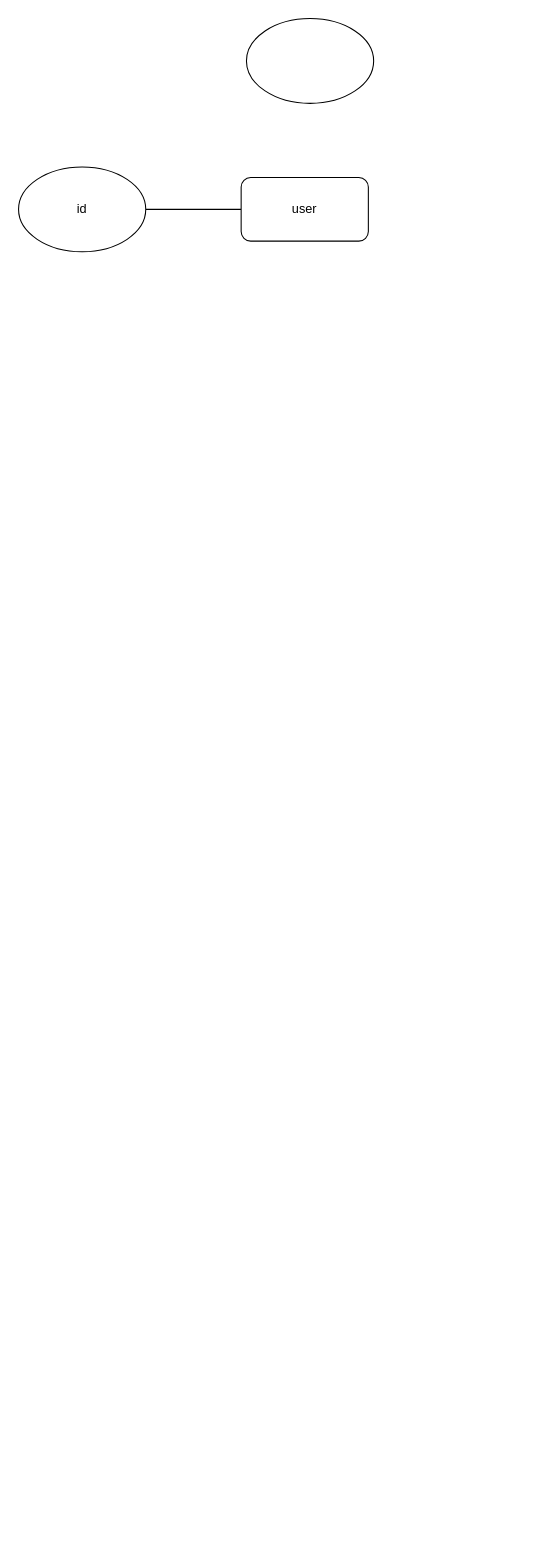
ganeshgfx/project_management_app keeps this draw.io diagram as .idea/Untitled Diagram.drawio. Above is the earlier version. Source tidied: cells renumbered, new cells numbered last; positions are measured from the earlier drawing's top-left corner, leaving out a move shared by most shapes. Both pictures are drawn from the tidied source at 106%, with x=0, y=0 at pixel (18, 18).
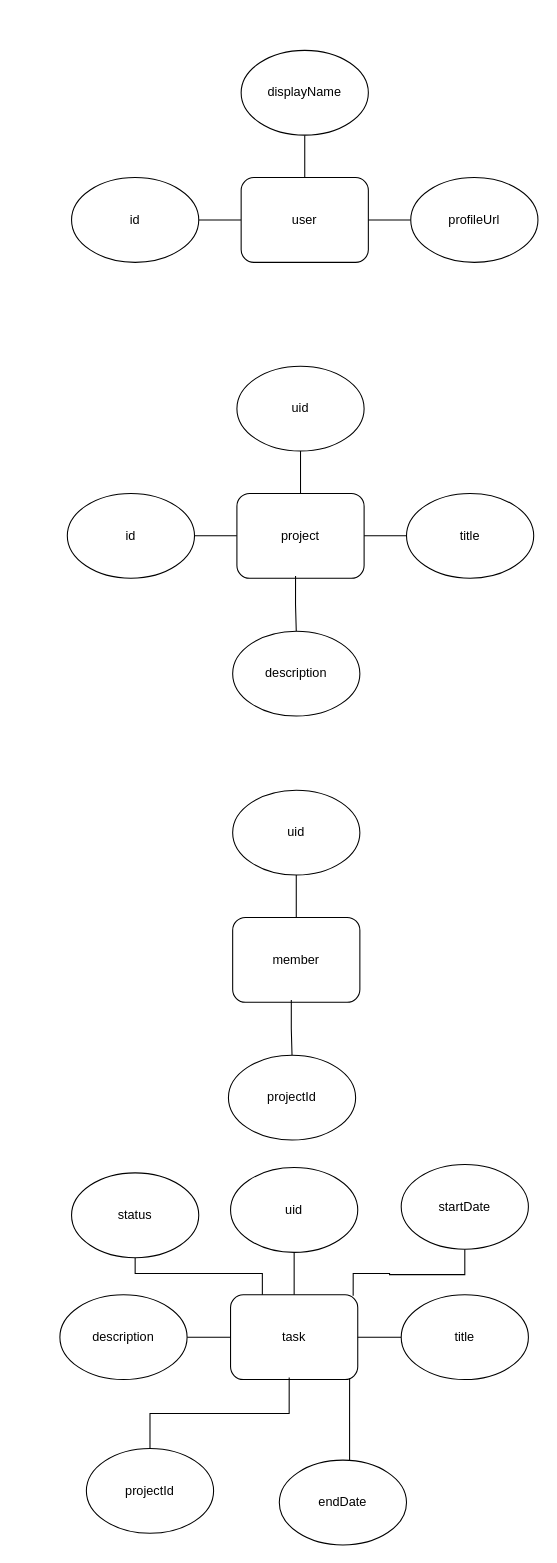
The same diagram, later.

Change to the diagram source:
```diff
@@
     <mxCell id="3" value="user" style="rounded=1;whiteSpace=wrap;html=1;" parent="1" vertex="1">
-      <mxGeometry x="210" y="150" width="120" height="60" as="geometry" />
+      <mxGeometry x="210" y="150" width="120" height="80" as="geometry" />
     </mxCell>
     <mxCell id="4" value="id" style="ellipse;whiteSpace=wrap;html=1;" parent="1" vertex="1">
-      <mxGeometry y="140" width="120" height="80" as="geometry" />
+      <mxGeometry x="50" y="150" width="120" height="80" as="geometry" />
     </mxCell>
-    <mxCell id="5" style="ellipse;whiteSpace=wrap;html=1;" parent="1" vertex="1">
-      <mxGeometry x="215" width="120" height="80" as="geometry" />
-    </mxCell>
+    <mxCell id="6" style="edgeStyle=orthogonalEdgeStyle;rounded=0;jettySize=auto;html=1;exitX=0.5;exitY=0;exitDx=0;exitDy=0;strokeColor=default;endArrow=none;endFill=0;" parent="1" edge="1" source="3" target="7">
+      <mxGeometry relative="1" as="geometry" />
+    </mxCell>
+    <mxCell id="7" value="displayName" style="ellipse;whiteSpace=wrap;html=1;" parent="1" vertex="1">
+      <mxGeometry x="210" y="30" width="120" height="80" as="geometry" />
+    </mxCell>
+    <mxCell id="8" style="edgeStyle=orthogonalEdgeStyle;rounded=0;jettySize=auto;html=1;exitX=1;exitY=0.5;exitDx=0;exitDy=0;strokeColor=default;endArrow=none;endFill=0;" parent="1" edge="1" source="3" target="9">
+      <mxGeometry relative="1" as="geometry" />
+    </mxCell>
+    <mxCell id="9" value="profileUrl" style="ellipse;whiteSpace=wrap;html=1;" parent="1" vertex="1">
+      <mxGeometry x="370" y="150" width="120" height="80" as="geometry" />
+    </mxCell>
+    <mxCell id="10" style="edgeStyle=orthogonalEdgeStyle;rounded=0;jettySize=auto;html=1;exitX=0;exitY=0.5;exitDx=0;exitDy=0;strokeColor=default;endArrow=none;endFill=0;" parent="1" edge="1" source="11" target="12">
+      <mxGeometry relative="1" as="geometry" />
+    </mxCell>
+    <mxCell id="11" value="project" style="rounded=1;whiteSpace=wrap;html=1;" parent="1" vertex="1">
+      <mxGeometry x="206" y="448" width="120" height="80" as="geometry" />
+    </mxCell>
+    <mxCell id="12" value="id" style="ellipse;whiteSpace=wrap;html=1;" parent="1" vertex="1">
+      <mxGeometry x="46" y="448" width="120" height="80" as="geometry" />
+    </mxCell>
+    <mxCell id="13" style="edgeStyle=orthogonalEdgeStyle;rounded=0;jettySize=auto;html=1;exitX=0.5;exitY=0;exitDx=0;exitDy=0;strokeColor=default;endArrow=none;endFill=0;" parent="1" edge="1" source="11" target="14">
+      <mxGeometry relative="1" as="geometry" />
+    </mxCell>
+    <mxCell id="14" value="uid" style="ellipse;whiteSpace=wrap;html=1;" parent="1" vertex="1">
+      <mxGeometry x="206" y="328" width="120" height="80" as="geometry" />
+    </mxCell>
+    <mxCell id="15" style="edgeStyle=orthogonalEdgeStyle;rounded=0;jettySize=auto;html=1;exitX=1;exitY=0.5;exitDx=0;exitDy=0;strokeColor=default;endArrow=none;endFill=0;" parent="1" edge="1" source="11" target="16">
+      <mxGeometry relative="1" as="geometry" />
+    </mxCell>
+    <mxCell id="16" value="title" style="ellipse;whiteSpace=wrap;html=1;" parent="1" vertex="1">
+      <mxGeometry x="366" y="448" width="120" height="80" as="geometry" />
+    </mxCell>
+    <mxCell id="17" style="edgeStyle=orthogonalEdgeStyle;rounded=0;jettySize=auto;html=1;exitX=0.461;exitY=0.974;exitDx=0;exitDy=0;strokeColor=default;endArrow=none;endFill=0;exitPerimeter=0;" parent="1" edge="1" source="11" target="18">
+      <mxGeometry relative="1" as="geometry" />
+    </mxCell>
+    <mxCell id="18" value="description" style="ellipse;whiteSpace=wrap;html=1;" parent="1" vertex="1">
+      <mxGeometry x="202" y="578" width="120" height="80" as="geometry" />
+    </mxCell>
+    <mxCell id="19" value="member" style="rounded=1;whiteSpace=wrap;html=1;" parent="1" vertex="1">
+      <mxGeometry x="202" y="848" width="120" height="80" as="geometry" />
+    </mxCell>
+    <mxCell id="20" style="edgeStyle=orthogonalEdgeStyle;rounded=0;jettySize=auto;html=1;exitX=0.5;exitY=0;exitDx=0;exitDy=0;strokeColor=default;endArrow=none;endFill=0;" parent="1" edge="1" source="19" target="21">
+      <mxGeometry relative="1" as="geometry" />
+    </mxCell>
+    <mxCell id="21" value="uid" style="ellipse;whiteSpace=wrap;html=1;" parent="1" vertex="1">
+      <mxGeometry x="202" y="728" width="120" height="80" as="geometry" />
+    </mxCell>
+    <mxCell id="22" style="edgeStyle=orthogonalEdgeStyle;rounded=0;jettySize=auto;html=1;exitX=0.461;exitY=0.974;exitDx=0;exitDy=0;strokeColor=default;endArrow=none;endFill=0;exitPerimeter=0;" parent="1" edge="1" source="19" target="23">
+      <mxGeometry relative="1" as="geometry" />
+    </mxCell>
+    <mxCell id="23" value="projectId" style="ellipse;whiteSpace=wrap;html=1;" parent="1" vertex="1">
+      <mxGeometry x="198" y="978" width="120" height="80" as="geometry" />
+    </mxCell>
+    <mxCell id="24" value="task" style="rounded=1;whiteSpace=wrap;html=1;" parent="1" vertex="1">
+      <mxGeometry x="200" y="1204" width="120" height="80" as="geometry" />
+    </mxCell>
+    <mxCell id="25" style="edgeStyle=orthogonalEdgeStyle;rounded=0;jettySize=auto;html=1;exitX=0.5;exitY=0;exitDx=0;exitDy=0;strokeColor=default;endArrow=none;endFill=0;" parent="1" edge="1" source="24" target="26">
+      <mxGeometry relative="1" as="geometry" />
+    </mxCell>
+    <mxCell id="26" value="uid" style="ellipse;whiteSpace=wrap;html=1;" parent="1" vertex="1">
+      <mxGeometry x="200" y="1084" width="120" height="80" as="geometry" />
+    </mxCell>
+    <mxCell id="27" style="edgeStyle=orthogonalEdgeStyle;rounded=0;jettySize=auto;html=1;exitX=0.461;exitY=0.974;exitDx=0;exitDy=0;strokeColor=default;endArrow=none;endFill=0;exitPerimeter=0;" parent="1" edge="1" source="24" target="28">
+      <mxGeometry relative="1" as="geometry">
+        <Array as="points">
+          <mxPoint x="255" y="1316" />
+          <mxPoint x="124" y="1316" />
+        </Array>
+      </mxGeometry>
+    </mxCell>
+    <mxCell id="28" value="projectId" style="ellipse;whiteSpace=wrap;html=1;" parent="1" vertex="1">
+      <mxGeometry x="64" y="1349" width="120" height="80" as="geometry" />
+    </mxCell>
+    <mxCell id="29" style="edgeStyle=orthogonalEdgeStyle;rounded=0;jettySize=auto;html=1;exitX=1;exitY=0.5;exitDx=0;exitDy=0;strokeColor=default;endArrow=none;endFill=0;" parent="1" edge="1" source="24" target="30">
+      <mxGeometry relative="1" as="geometry" />
+    </mxCell>
+    <mxCell id="30" value="title" style="ellipse;whiteSpace=wrap;html=1;" parent="1" vertex="1">
+      <mxGeometry x="361" y="1204" width="120" height="80" as="geometry" />
+    </mxCell>
+    <mxCell id="31" style="edgeStyle=orthogonalEdgeStyle;rounded=0;jettySize=auto;html=1;exitX=0;exitY=0.5;exitDx=0;exitDy=0;strokeColor=default;endArrow=none;endFill=0;" parent="1" edge="1" source="24" target="32">
+      <mxGeometry relative="1" as="geometry" />
+    </mxCell>
+    <mxCell id="32" value="description" style="ellipse;whiteSpace=wrap;html=1;" parent="1" vertex="1">
+      <mxGeometry x="39" y="1204" width="120" height="80" as="geometry" />
+    </mxCell>
+    <mxCell id="33" style="edgeStyle=orthogonalEdgeStyle;rounded=0;jettySize=auto;html=1;exitX=0.936;exitY=0.984;exitDx=0;exitDy=0;strokeColor=default;endArrow=none;endFill=0;exitPerimeter=0;" parent="1" edge="1" source="24" target="34">
+      <mxGeometry relative="1" as="geometry">
+        <Array as="points">
+          <mxPoint x="312" y="1324" />
+          <mxPoint x="312" y="1324" />
+        </Array>
+      </mxGeometry>
+    </mxCell>
+    <mxCell id="34" value="endDate" style="ellipse;whiteSpace=wrap;html=1;" parent="1" vertex="1">
+      <mxGeometry x="246" y="1360" width="120" height="80" as="geometry" />
+    </mxCell>
+    <mxCell id="35" style="edgeStyle=orthogonalEdgeStyle;rounded=0;jettySize=auto;html=1;exitX=0.964;exitY=0.011;exitDx=0;exitDy=0;strokeColor=default;endArrow=none;endFill=0;exitPerimeter=0;" parent="1" edge="1" source="24" target="38">
+      <mxGeometry relative="1" as="geometry">
+        <Array as="points">
+          <mxPoint x="316" y="1184" />
+          <mxPoint x="350" y="1184" />
+          <mxPoint x="439" y="1185" />
+        </Array>
+      </mxGeometry>
+    </mxCell>
+    <mxCell id="36" style="edgeStyle=orthogonalEdgeStyle;rounded=0;jettySize=auto;html=1;exitX=0.25;exitY=0;exitDx=0;exitDy=0;strokeColor=default;endArrow=none;endFill=0;" parent="1" edge="1" source="24" target="37">
+      <mxGeometry relative="1" as="geometry">
+        <Array as="points">
+          <mxPoint x="230" y="1184" />
+          <mxPoint x="110" y="1184" />
+        </Array>
+      </mxGeometry>
+    </mxCell>
+    <mxCell id="37" value="status" style="ellipse;whiteSpace=wrap;html=1;" parent="1" vertex="1">
+      <mxGeometry x="50" y="1089" width="120" height="80" as="geometry" />
+    </mxCell>
+    <mxCell id="38" value="startDate" style="ellipse;whiteSpace=wrap;html=1;" parent="1" vertex="1">
+      <mxGeometry x="361" y="1081" width="120" height="80" as="geometry" />
+    </mxCell>
```
